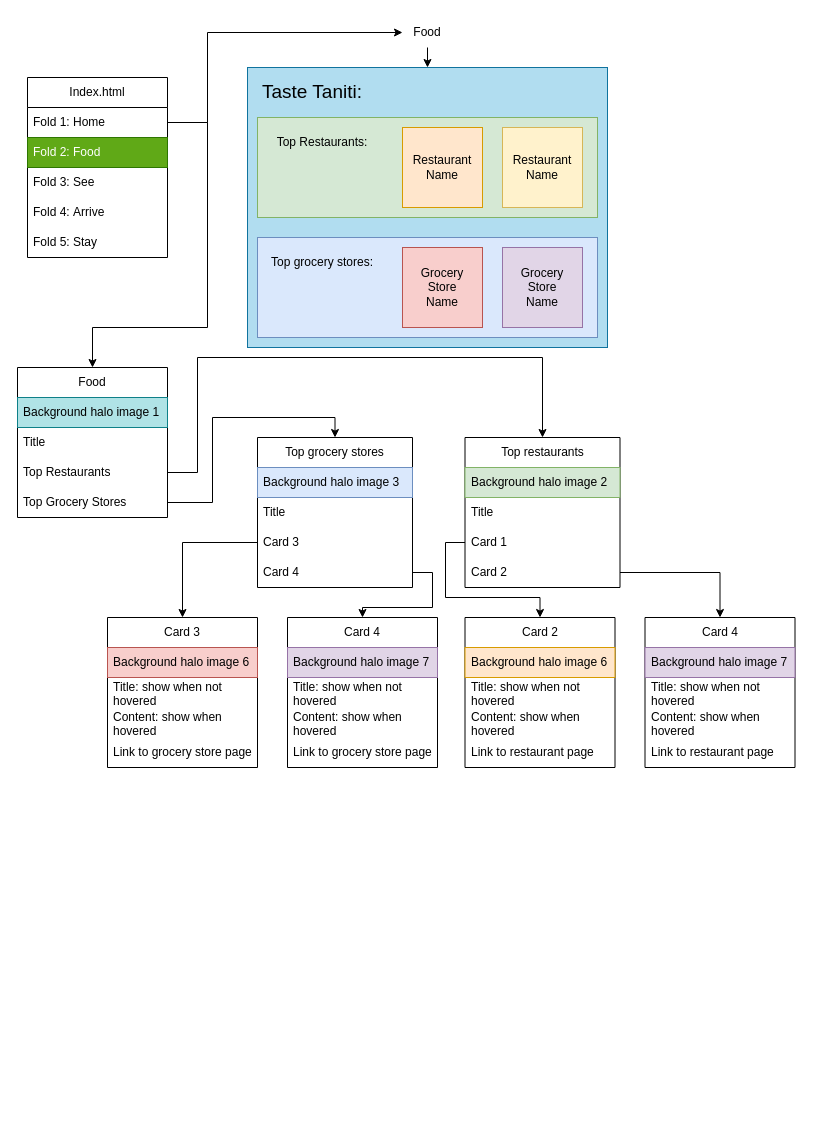
Before: page "Index: Food" (2 of 3) of Wireframe.drawio in Travis-DV/WGU_D479-User-Experience-Design, a draw.io diagram. Source tidied: cells renumbered, new cells numbered last; positions are measured from the earlier drawing's top-left corner, leaving out a move shared by most shapes. Both pictures are drawn from the tidied source at 100%, with x=0, y=0 at pixel (17, 17).
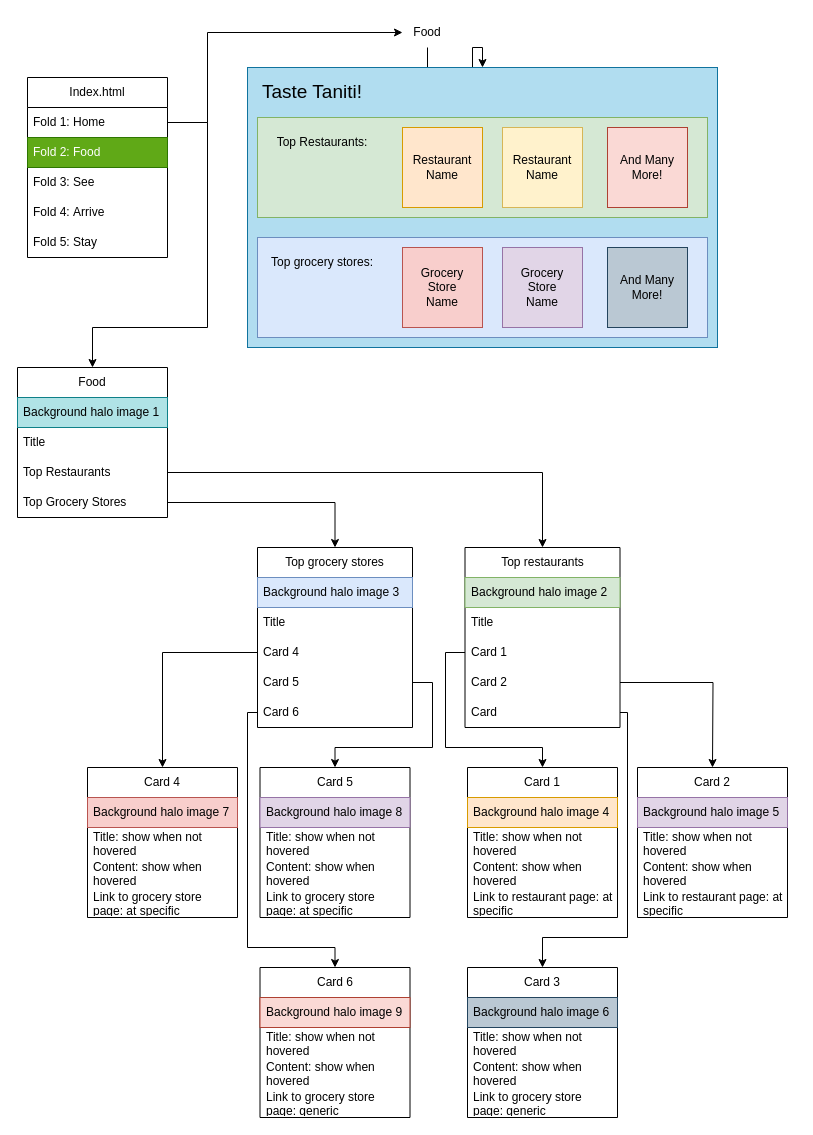
After the change.

Unchanged cells that the change refers to:
```xml
<mxCell id="16" value="Top Restaurants" style="text;strokeColor=none;fillColor=none;align=left;verticalAlign=middle;spacingLeft=4;spacingRight=4;overflow=hidden;points=[[0,0.5],[1,0.5]];portConstraint=eastwest;whiteSpace=wrap;html=1;" parent="13" vertex="1">
  <mxGeometry y="90" width="150" height="30" as="geometry" />
</mxCell>
<mxCell id="34" value="Card 1" style="text;strokeColor=none;fillColor=none;align=left;verticalAlign=middle;spacingLeft=4;spacingRight=4;overflow=hidden;points=[[0,0.5],[1,0.5]];portConstraint=eastwest;whiteSpace=wrap;html=1;" parent="31" vertex="1">
  <mxGeometry y="90" width="155" height="30" as="geometry" />
</mxCell>
<mxCell id="35" value="Card 2" style="text;strokeColor=none;fillColor=none;align=left;verticalAlign=middle;spacingLeft=4;spacingRight=4;overflow=hidden;points=[[0,0.5],[1,0.5]];portConstraint=eastwest;whiteSpace=wrap;html=1;" parent="31" vertex="1">
  <mxGeometry y="120" width="155" height="30" as="geometry" />
</mxCell>
```

The edit, as a diff of the source:
```diff
@@
     <mxCell id="11" style="rounded=0;whiteSpace=wrap;html=1;fillColor=#b1ddf0;strokeColor=#10739e;" parent="1" vertex="1">
-      <mxGeometry x="230" y="50" width="360" height="280" as="geometry" />
+      <mxGeometry x="230" y="50" width="470" height="280" as="geometry" />
     </mxCell>
-    <mxCell id="12" value="Taste Taniti:" style="text;html=1;whiteSpace=wrap;strokeColor=none;fillColor=none;align=center;verticalAlign=middle;rounded=0;fontSize=19;" parent="1" vertex="1">
+    <mxCell id="12" value="Taste Taniti!" style="text;html=1;whiteSpace=wrap;strokeColor=none;fillColor=none;align=center;verticalAlign=middle;rounded=0;fontSize=19;" parent="1" vertex="1">
       <mxGeometry x="240" y="60" width="110" height="30" as="geometry" />
     </mxCell>
@@
     <mxCell id="19" style="rounded=0;whiteSpace=wrap;html=1;fillColor=#d5e8d4;strokeColor=#82b366;" parent="1" vertex="1">
-      <mxGeometry x="240" y="100" width="340" height="100" as="geometry" />
+      <mxGeometry x="240" y="100" width="450" height="100" as="geometry" />
     </mxCell>
@@
     <mxCell id="21" style="rounded=0;whiteSpace=wrap;html=1;fillColor=#dae8fc;strokeColor=#6c8ebf;" parent="1" vertex="1">
-      <mxGeometry x="240" y="220" width="340" height="100" as="geometry" />
+      <mxGeometry x="240" y="220" width="450" height="100" as="geometry" />
     </mxCell>
@@
     <mxCell id="31" value="Top restaurants" style="swimlane;fontStyle=0;horizontal=1;startSize=30;whiteSpace=wrap;html=1;" parent="1" vertex="1">
-      <mxGeometry x="447.5" y="420" width="155" height="150" as="geometry" />
+      <mxGeometry x="447.5" y="530" width="155" height="180" as="geometry" />
     </mxCell>
@@
+    <mxCell id="67" value="Card" style="text;strokeColor=none;fillColor=none;align=left;verticalAlign=middle;spacingLeft=4;spacingRight=4;overflow=hidden;points=[[0,0.5],[1,0.5]];portConstraint=eastwest;whiteSpace=wrap;html=1;" parent="31" vertex="1">
+      <mxGeometry y="150" width="155" height="30" as="geometry" />
+    </mxCell>
     <mxCell id="36" value="Top grocery stores" style="swimlane;fontStyle=0;horizontal=1;startSize=30;whiteSpace=wrap;html=1;" parent="1" vertex="1">
-      <mxGeometry x="240" y="420" width="155" height="150" as="geometry" />
+      <mxGeometry x="240" y="530" width="155" height="180" as="geometry" />
     </mxCell>
@@
-    <mxCell id="39" value="Card 3" style="text;strokeColor=none;fillColor=none;align=left;verticalAlign=middle;spacingLeft=4;spacingRight=4;overflow=hidden;points=[[0,0.5],[1,0.5]];portConstraint=eastwest;whiteSpace=wrap;html=1;" parent="36" vertex="1">
+    <mxCell id="39" value="Card 4" style="text;strokeColor=none;fillColor=none;align=left;verticalAlign=middle;spacingLeft=4;spacingRight=4;overflow=hidden;points=[[0,0.5],[1,0.5]];portConstraint=eastwest;whiteSpace=wrap;html=1;" parent="36" vertex="1">
       <mxGeometry y="90" width="155" height="30" as="geometry" />
     </mxCell>
-    <mxCell id="40" value="Card 4" style="text;strokeColor=none;fillColor=none;align=left;verticalAlign=middle;spacingLeft=4;spacingRight=4;overflow=hidden;points=[[0,0.5],[1,0.5]];portConstraint=eastwest;whiteSpace=wrap;html=1;" parent="36" vertex="1">
+    <mxCell id="40" value="Card 5" style="text;strokeColor=none;fillColor=none;align=left;verticalAlign=middle;spacingLeft=4;spacingRight=4;overflow=hidden;points=[[0,0.5],[1,0.5]];portConstraint=eastwest;whiteSpace=wrap;html=1;" parent="36" vertex="1">
       <mxGeometry y="120" width="155" height="30" as="geometry" />
     </mxCell>
+    <mxCell id="68" value="Card 6" style="text;strokeColor=none;fillColor=none;align=left;verticalAlign=middle;spacingLeft=4;spacingRight=4;overflow=hidden;points=[[0,0.5],[1,0.5]];portConstraint=eastwest;whiteSpace=wrap;html=1;" parent="36" vertex="1">
+      <mxGeometry y="150" width="155" height="30" as="geometry" />
+    </mxCell>
     <mxCell id="41" style="edgeStyle=orthogonalEdgeStyle;rounded=0;jettySize=auto;html=1;exitX=1;exitY=0.5;exitDx=0;exitDy=0;entryX=0.5;entryY=0;entryDx=0;entryDy=0;" parent="1" edge="1" source="16" target="31">
       <mxGeometry relative="1" as="geometry">
         <Array as="points">
-          <mxPoint x="180" y="455" />
-          <mxPoint x="180" y="340" />
-          <mxPoint x="525" y="340" />
+          <mxPoint x="525" y="455" />
         </Array>
       </mxGeometry>
     </mxCell>
@@
-    <mxCell id="43" value="Card 3" style="swimlane;fontStyle=0;horizontal=1;startSize=30;whiteSpace=wrap;html=1;" parent="1" vertex="1">
-      <mxGeometry x="90" y="600" width="150" height="150" as="geometry" />
+    <mxCell id="43" value="Card 4" style="swimlane;fontStyle=0;horizontal=1;startSize=30;whiteSpace=wrap;html=1;" parent="1" vertex="1">
+      <mxGeometry x="70" y="750" width="150" height="150" as="geometry" />
     </mxCell>
-    <mxCell id="44" value="Background halo image 6" style="text;strokeColor=#b85450;fillColor=#f8cecc;align=left;verticalAlign=middle;spacingLeft=4;spacingRight=4;overflow=hidden;whiteSpace=wrap;html=1;" parent="43" vertex="1">
+    <mxCell id="44" value="Background halo image 7" style="text;strokeColor=#b85450;fillColor=#f8cecc;align=left;verticalAlign=middle;spacingLeft=4;spacingRight=4;overflow=hidden;whiteSpace=wrap;html=1;" parent="43" vertex="1">
       <mxGeometry y="30" width="150" height="30" as="geometry" />
     </mxCell>
@@
-    <mxCell id="47" value="Link to grocery store page" style="text;strokeColor=none;fillColor=none;align=left;verticalAlign=middle;spacingLeft=4;spacingRight=4;overflow=hidden;whiteSpace=wrap;html=1;" parent="43" vertex="1">
+    <mxCell id="47" value="Link to grocery store page: at specific" style="text;strokeColor=none;fillColor=none;align=left;verticalAlign=middle;spacingLeft=4;spacingRight=4;overflow=hidden;whiteSpace=wrap;html=1;" parent="43" vertex="1">
       <mxGeometry y="120" width="150" height="30" as="geometry" />
     </mxCell>
-    <mxCell id="48" value="Card 4" style="swimlane;fontStyle=0;horizontal=1;startSize=30;whiteSpace=wrap;html=1;" parent="1" vertex="1">
-      <mxGeometry x="270" y="600" width="150" height="150" as="geometry" />
+    <mxCell id="48" value="Card 5" style="swimlane;fontStyle=0;horizontal=1;startSize=30;whiteSpace=wrap;html=1;" parent="1" vertex="1">
+      <mxGeometry x="242.5" y="750" width="150" height="150" as="geometry" />
     </mxCell>
-    <mxCell id="49" value="Background halo image 7" style="text;strokeColor=#9673a6;fillColor=#e1d5e7;align=left;verticalAlign=middle;spacingLeft=4;spacingRight=4;overflow=hidden;whiteSpace=wrap;html=1;" parent="48" vertex="1">
+    <mxCell id="49" value="Background halo image 8" style="text;strokeColor=#9673a6;fillColor=#e1d5e7;align=left;verticalAlign=middle;spacingLeft=4;spacingRight=4;overflow=hidden;whiteSpace=wrap;html=1;" parent="48" vertex="1">
       <mxGeometry y="30" width="150" height="30" as="geometry" />
     </mxCell>
@@
-    <mxCell id="52" value="Link to grocery store page" style="text;strokeColor=none;fillColor=none;align=left;verticalAlign=middle;spacingLeft=4;spacingRight=4;overflow=hidden;whiteSpace=wrap;html=1;" parent="48" vertex="1">
-      <mxGeometry y="120" width="150" height="30" as="geometry" />
-    </mxCell>
+    <mxCell id="69" value="Link to grocery store page: at specific" style="text;strokeColor=none;fillColor=none;align=left;verticalAlign=middle;spacingLeft=4;spacingRight=4;overflow=hidden;whiteSpace=wrap;html=1;" parent="48" vertex="1">
+      <mxGeometry y="120" width="150" height="30" as="geometry" />
+    </mxCell>
@@
     <mxCell id="54" style="edgeStyle=orthogonalEdgeStyle;rounded=0;jettySize=auto;html=1;exitX=1;exitY=0.5;exitDx=0;exitDy=0;entryX=0.5;entryY=0;entryDx=0;entryDy=0;" parent="1" edge="1" source="40" target="48">
-      <mxGeometry relative="1" as="geometry" />
+      <mxGeometry relative="1" as="geometry">
+        <Array as="points">
+          <mxPoint x="415" y="665" />
+          <mxPoint x="415" y="730" />
+          <mxPoint x="318" y="730" />
+          <mxPoint x="318" y="750" />
+        </Array>
+      </mxGeometry>
     </mxCell>
-    <mxCell id="55" value="Card 2" style="swimlane;fontStyle=0;horizontal=1;startSize=30;whiteSpace=wrap;html=1;" parent="1" vertex="1">
-      <mxGeometry x="447.5" y="600" width="150" height="150" as="geometry" />
+    <mxCell id="55" value="Card 1" style="swimlane;fontStyle=0;horizontal=1;startSize=30;whiteSpace=wrap;html=1;" parent="1" vertex="1">
+      <mxGeometry x="450" y="750" width="150" height="150" as="geometry" />
     </mxCell>
-    <mxCell id="56" value="Background halo image 6" style="text;strokeColor=#d79b00;fillColor=#ffe6cc;align=left;verticalAlign=middle;spacingLeft=4;spacingRight=4;overflow=hidden;whiteSpace=wrap;html=1;" parent="55" vertex="1">
+    <mxCell id="56" value="Background halo image 4" style="text;strokeColor=#d79b00;fillColor=#ffe6cc;align=left;verticalAlign=middle;spacingLeft=4;spacingRight=4;overflow=hidden;whiteSpace=wrap;html=1;" parent="55" vertex="1">
       <mxGeometry y="30" width="150" height="30" as="geometry" />
     </mxCell>
@@
-    <mxCell id="59" value="Link to restaurant page" style="text;strokeColor=none;fillColor=none;align=left;verticalAlign=middle;spacingLeft=4;spacingRight=4;overflow=hidden;whiteSpace=wrap;html=1;" parent="55" vertex="1">
+    <mxCell id="59" value="Link to restaurant page: at specific" style="text;strokeColor=none;fillColor=none;align=left;verticalAlign=middle;spacingLeft=4;spacingRight=4;overflow=hidden;whiteSpace=wrap;html=1;" parent="55" vertex="1">
       <mxGeometry y="120" width="150" height="30" as="geometry" />
     </mxCell>
-    <mxCell id="60" value="Card 4" style="swimlane;fontStyle=0;horizontal=1;startSize=30;whiteSpace=wrap;html=1;" parent="1" vertex="1">
-      <mxGeometry x="627.5" y="600" width="150" height="150" as="geometry" />
+    <mxCell id="60" value="Card 2" style="swimlane;fontStyle=0;horizontal=1;startSize=30;whiteSpace=wrap;html=1;" parent="1" vertex="1">
+      <mxGeometry x="620" y="750" width="150" height="150" as="geometry" />
     </mxCell>
-    <mxCell id="61" value="Background halo image 7" style="text;strokeColor=#9673a6;fillColor=#e1d5e7;align=left;verticalAlign=middle;spacingLeft=4;spacingRight=4;overflow=hidden;whiteSpace=wrap;html=1;" parent="60" vertex="1">
+    <mxCell id="61" value="Background halo image 5" style="text;strokeColor=#9673a6;fillColor=#e1d5e7;align=left;verticalAlign=middle;spacingLeft=4;spacingRight=4;overflow=hidden;whiteSpace=wrap;html=1;" parent="60" vertex="1">
       <mxGeometry y="30" width="150" height="30" as="geometry" />
     </mxCell>
@@
-    <mxCell id="64" value="Link to&amp;nbsp;restaurant page" style="text;strokeColor=none;fillColor=none;align=left;verticalAlign=middle;spacingLeft=4;spacingRight=4;overflow=hidden;whiteSpace=wrap;html=1;" parent="60" vertex="1">
-      <mxGeometry y="120" width="150" height="30" as="geometry" />
-    </mxCell>
+    <mxCell id="70" value="Link to restaurant page: at specific" style="text;strokeColor=none;fillColor=none;align=left;verticalAlign=middle;spacingLeft=4;spacingRight=4;overflow=hidden;whiteSpace=wrap;html=1;" parent="60" vertex="1">
+      <mxGeometry y="120" width="150" height="30" as="geometry" />
+    </mxCell>
     <mxCell id="65" style="edgeStyle=orthogonalEdgeStyle;rounded=0;jettySize=auto;html=1;entryX=0.5;entryY=0;entryDx=0;entryDy=0;exitX=0;exitY=0.5;exitDx=0;exitDy=0;" parent="1" edge="1" source="34" target="55">
       <mxGeometry relative="1" as="geometry">
         <Array as="points">
-          <mxPoint x="428" y="525" />
-          <mxPoint x="428" y="580" />
-          <mxPoint x="523" y="580" />
+          <mxPoint x="428" y="635" />
+          <mxPoint x="428" y="730" />
+          <mxPoint x="525" y="730" />
         </Array>
       </mxGeometry>
     </mxCell>
-    <mxCell id="66" style="edgeStyle=orthogonalEdgeStyle;rounded=0;jettySize=auto;html=1;exitX=1;exitY=0.5;exitDx=0;exitDy=0;entryX=0.5;entryY=0;entryDx=0;entryDy=0;" parent="1" edge="1" source="35" target="60">
-      <mxGeometry relative="1" as="geometry" />
+    <mxCell id="66" style="edgeStyle=orthogonalEdgeStyle;rounded=0;jettySize=auto;html=1;exitX=1;exitY=0.5;exitDx=0;exitDy=0;" parent="1" edge="1" source="35">
+      <mxGeometry relative="1" as="geometry">
+        <mxPoint x="695" y="750" as="targetPoint" />
+      </mxGeometry>
     </mxCell>
+    <mxCell id="71" style="whiteSpace=wrap;html=1;fillColor=#fad9d5;strokeColor=#ae4132;" parent="1" vertex="1">
+      <mxGeometry x="590" y="110" width="80" height="80" as="geometry" />
+    </mxCell>
+    <mxCell id="72" value="And Many More!" style="text;html=1;whiteSpace=wrap;strokeColor=none;fillColor=none;align=center;verticalAlign=middle;rounded=0;" parent="1" vertex="1">
+      <mxGeometry x="600" y="135" width="60" height="30" as="geometry" />
+    </mxCell>
+    <mxCell id="73" style="whiteSpace=wrap;html=1;fillColor=#bac8d3;strokeColor=#23445d;" parent="1" vertex="1">
+      <mxGeometry x="590" y="230" width="80" height="80" as="geometry" />
+    </mxCell>
+    <mxCell id="74" value="And Many More!" style="text;html=1;whiteSpace=wrap;strokeColor=none;fillColor=none;align=center;verticalAlign=middle;rounded=0;" parent="1" vertex="1">
+      <mxGeometry x="600" y="255" width="60" height="30" as="geometry" />
+    </mxCell>
+    <mxCell id="75" value="Card 6" style="swimlane;fontStyle=0;horizontal=1;startSize=30;whiteSpace=wrap;html=1;" parent="1" vertex="1">
+      <mxGeometry x="242.5" y="950" width="150" height="150" as="geometry" />
+    </mxCell>
+    <mxCell id="76" value="Background halo image 9" style="text;strokeColor=#ae4132;fillColor=#fad9d5;align=left;verticalAlign=middle;spacingLeft=4;spacingRight=4;overflow=hidden;whiteSpace=wrap;html=1;" parent="75" vertex="1">
+      <mxGeometry y="30" width="150" height="30" as="geometry" />
+    </mxCell>
+    <mxCell id="77" value="Title: show when not hovered" style="text;strokeColor=none;fillColor=none;align=left;verticalAlign=middle;spacingLeft=4;spacingRight=4;overflow=hidden;whiteSpace=wrap;html=1;" parent="75" vertex="1">
+      <mxGeometry y="60" width="150" height="30" as="geometry" />
+    </mxCell>
+    <mxCell id="78" value="Content: show when hovered" style="text;strokeColor=none;fillColor=none;align=left;verticalAlign=middle;spacingLeft=4;spacingRight=4;overflow=hidden;whiteSpace=wrap;html=1;" parent="75" vertex="1">
+      <mxGeometry y="90" width="150" height="30" as="geometry" />
+    </mxCell>
+    <mxCell id="79" value="Link to grocery store page: generic" style="text;strokeColor=none;fillColor=none;align=left;verticalAlign=middle;spacingLeft=4;spacingRight=4;overflow=hidden;whiteSpace=wrap;html=1;" parent="75" vertex="1">
+      <mxGeometry y="120" width="150" height="30" as="geometry" />
+    </mxCell>
+    <mxCell id="80" value="Card 3" style="swimlane;fontStyle=0;horizontal=1;startSize=30;whiteSpace=wrap;html=1;" parent="1" vertex="1">
+      <mxGeometry x="450" y="950" width="150" height="150" as="geometry" />
+    </mxCell>
+    <mxCell id="81" value="Background halo image 6" style="text;strokeColor=#23445d;fillColor=#bac8d3;align=left;verticalAlign=middle;spacingLeft=4;spacingRight=4;overflow=hidden;whiteSpace=wrap;html=1;" parent="80" vertex="1">
+      <mxGeometry y="30" width="150" height="30" as="geometry" />
+    </mxCell>
+    <mxCell id="82" value="Title: show when not hovered" style="text;strokeColor=none;fillColor=none;align=left;verticalAlign=middle;spacingLeft=4;spacingRight=4;overflow=hidden;whiteSpace=wrap;html=1;" parent="80" vertex="1">
+      <mxGeometry y="60" width="150" height="30" as="geometry" />
+    </mxCell>
+    <mxCell id="83" value="Content: show when hovered" style="text;strokeColor=none;fillColor=none;align=left;verticalAlign=middle;spacingLeft=4;spacingRight=4;overflow=hidden;whiteSpace=wrap;html=1;" parent="80" vertex="1">
+      <mxGeometry y="90" width="150" height="30" as="geometry" />
+    </mxCell>
+    <mxCell id="84" value="Link to grocery store page: generic" style="text;strokeColor=none;fillColor=none;align=left;verticalAlign=middle;spacingLeft=4;spacingRight=4;overflow=hidden;whiteSpace=wrap;html=1;" parent="80" vertex="1">
+      <mxGeometry y="120" width="150" height="30" as="geometry" />
+    </mxCell>
+    <mxCell id="85" style="edgeStyle=orthogonalEdgeStyle;rounded=0;jettySize=auto;html=1;exitX=1;exitY=0.5;exitDx=0;exitDy=0;entryX=0.5;entryY=0;entryDx=0;entryDy=0;" parent="1" edge="1" source="67" target="80">
+      <mxGeometry relative="1" as="geometry">
+        <Array as="points">
+          <mxPoint x="610" y="695" />
+          <mxPoint x="610" y="920" />
+          <mxPoint x="525" y="920" />
+        </Array>
+      </mxGeometry>
+    </mxCell>
+    <mxCell id="86" style="edgeStyle=orthogonalEdgeStyle;rounded=0;jettySize=auto;html=1;exitX=0;exitY=0.5;exitDx=0;exitDy=0;entryX=0.5;entryY=0;entryDx=0;entryDy=0;" parent="1" edge="1" source="68" target="75">
+      <mxGeometry relative="1" as="geometry">
+        <Array as="points">
+          <mxPoint x="230" y="695" />
+          <mxPoint x="230" y="930" />
+          <mxPoint x="318" y="930" />
+        </Array>
+      </mxGeometry>
+    </mxCell>
```
